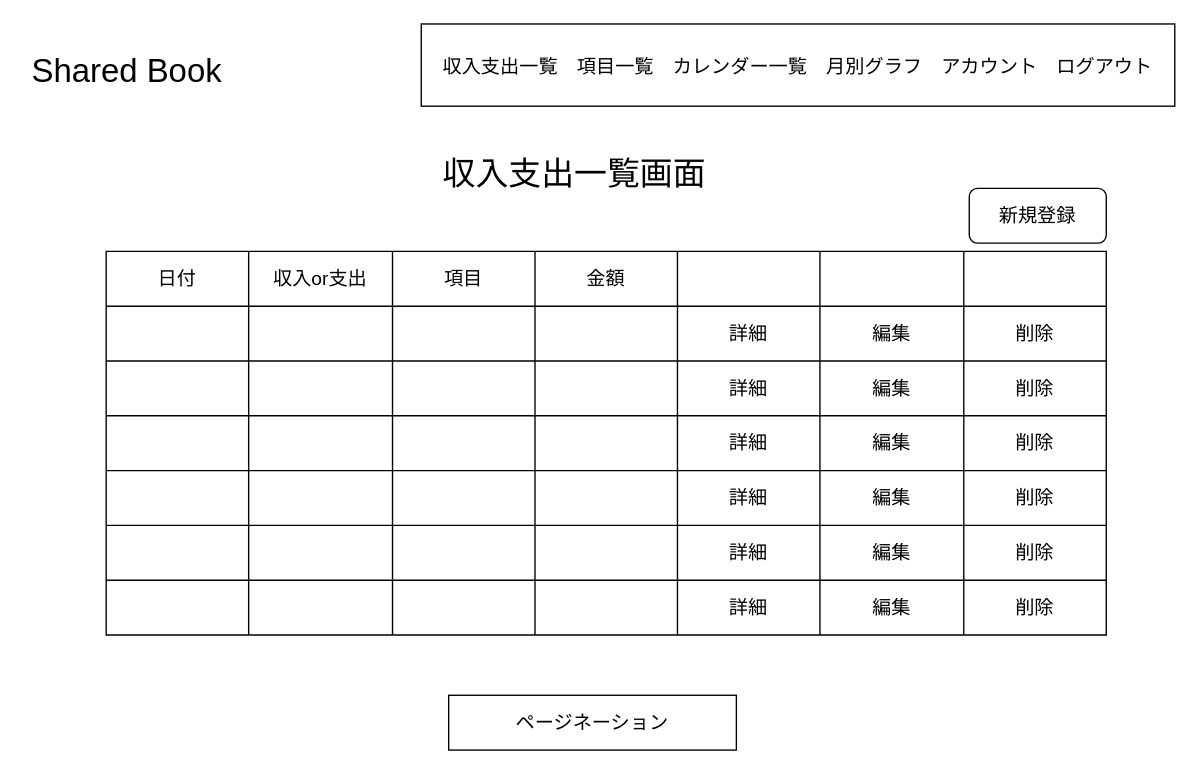
Above: docs/index_income_expense_wireflame.drawio in KeiSuzukiNishi/shared_household_account_book (draw.io), before the change. Source tidied: cells renumbered, new cells numbered last; positions are measured from the earlier drawing's top-left corner, leaving out a move shared by most shapes. Both pictures are drawn from the tidied source at 137%, with x=0, y=0 at pixel (23, 23).
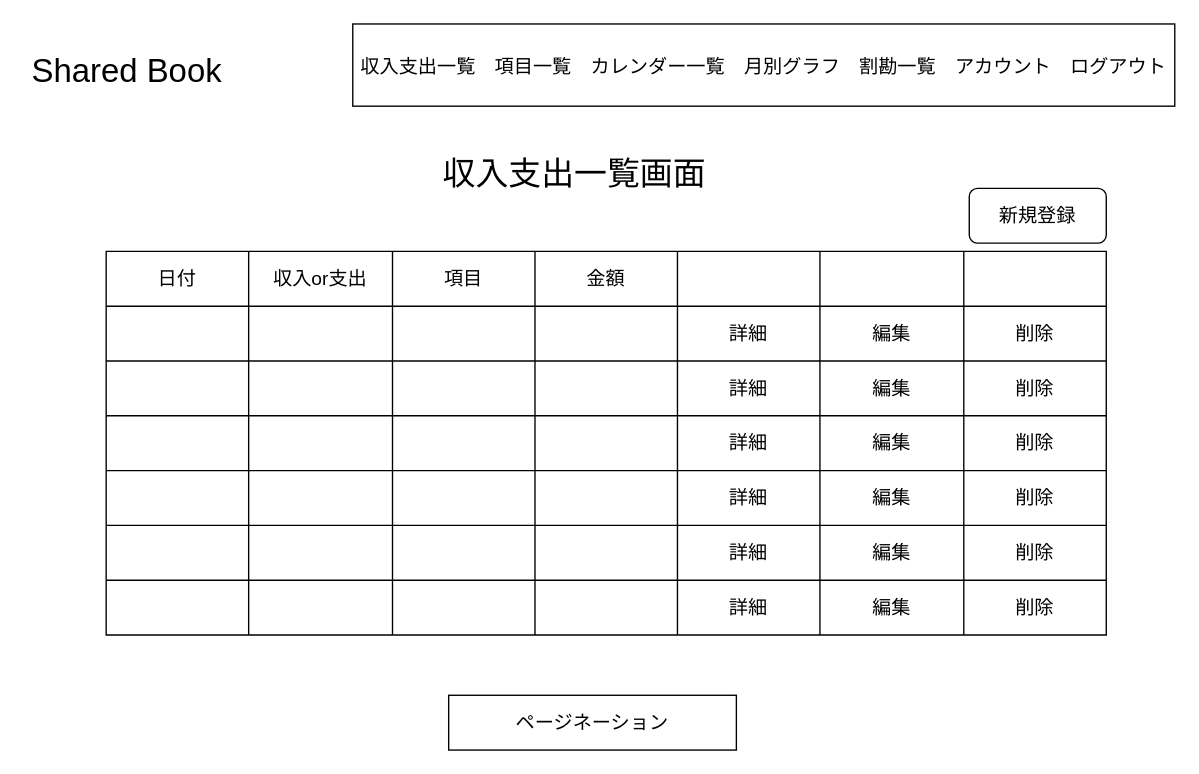
The same page after the edit.

The edit, as a diff of the source:
```diff
@@
-    <mxCell id="63" value="&lt;font style=&quot;font-size: 14px;&quot;&gt;収入支出一覧　項目一覧　カレンダー一覧　月別グラフ　アカウント　ログアウト&lt;/font&gt;" style="rounded=0;whiteSpace=wrap;html=1;fontSize=18;" parent="1" vertex="1">
-      <mxGeometry x="290" width="550" height="60" as="geometry" />
+    <mxCell id="63" value="&lt;font style=&quot;font-size: 14px;&quot;&gt;収入支出一覧　項目一覧　カレンダー一覧　月別グラフ　割勘一覧　アカウント　ログアウト&lt;/font&gt;" style="rounded=0;whiteSpace=wrap;html=1;fontSize=18;" parent="1" vertex="1">
+      <mxGeometry x="240" width="600" height="60" as="geometry" />
     </mxCell>
```
